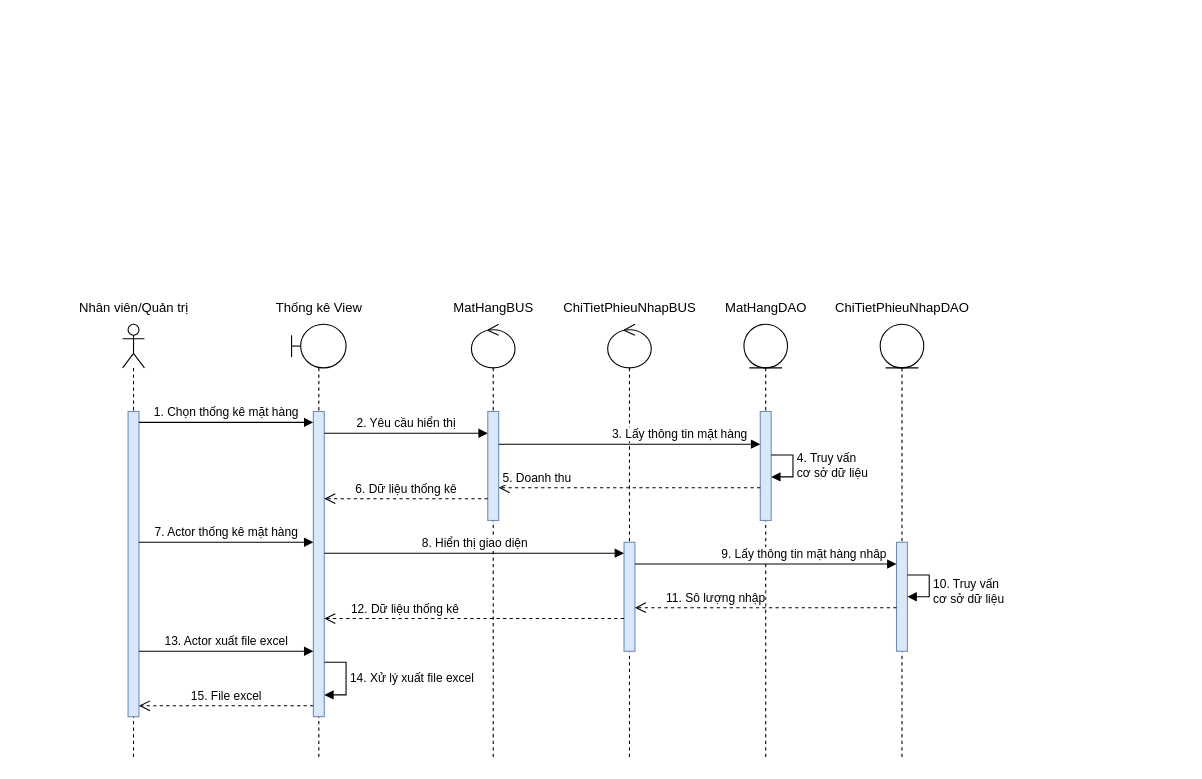
The draw.io diagram Sequence Diagrams/Quang Võ/SD_ThốngKê.drawio in EdgarIgnite16/OOAD-Project, before the edit. Source tidied: cells renumbered, new cells numbered last; positions are measured from the earlier drawing's top-left corner, leaving out a move shared by most shapes. Both pictures are drawn from the tidied source at 109%, with x=0, y=0 at pixel (68, 291).
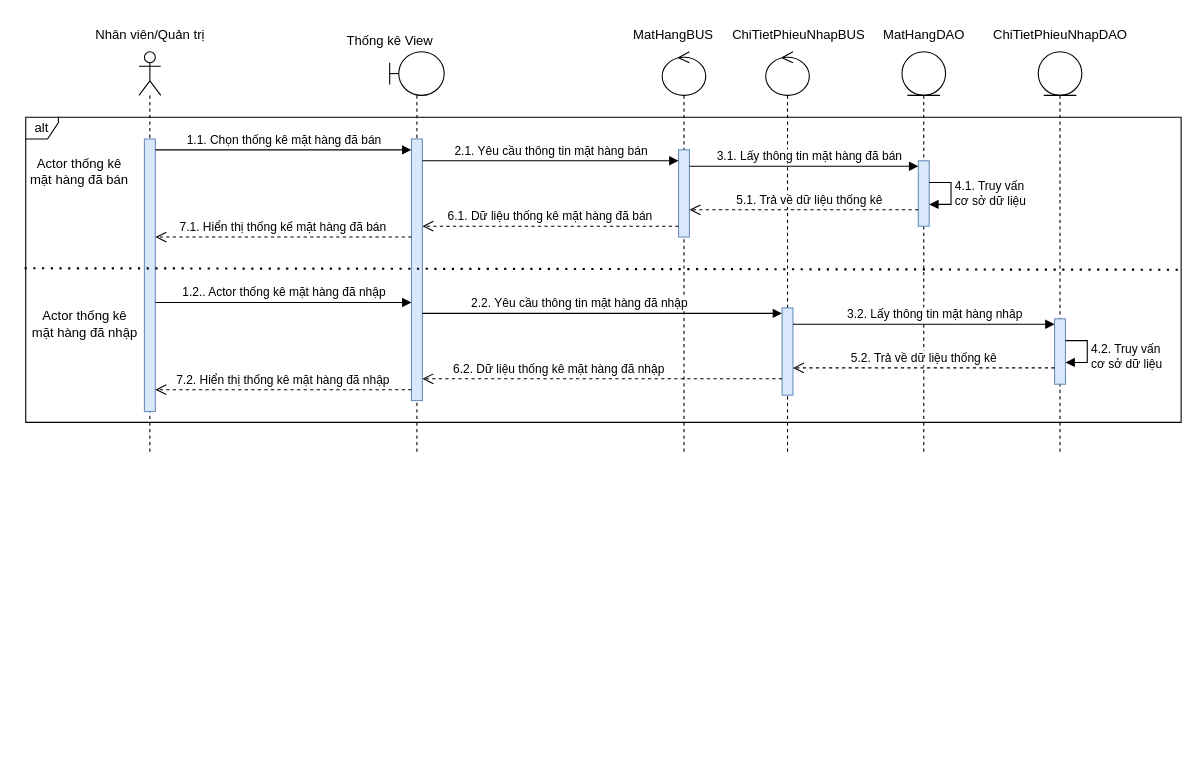
The same diagram, later.

What changed in the source:
```diff
@@
     <mxCell id="2" style="shape=umlLifeline;participant=umlActor;perimeter=lifelinePerimeter;whiteSpace=wrap;html=1;verticalAlign=top;spacingTop=36;" parent="1" vertex="1">
-      <mxGeometry x="50" y="30" width="20" height="400" as="geometry" />
+      <mxGeometry x="65" y="-220" width="20" height="370" as="geometry" />
     </mxCell>
     <mxCell id="3" style="html=1;points=[];perimeter=orthogonalPerimeter;fillColor=#dae8fc;strokeColor=#6c8ebf;" parent="2" vertex="1">
-      <mxGeometry x="5" y="80" width="10" height="280" as="geometry" />
+      <mxGeometry x="5" y="80" width="10" height="250" as="geometry" />
     </mxCell>
     <mxCell id="4" value="Nhân viên/Quản trị" style="text;html=1;align=center;verticalAlign=middle;strokeColor=none;fillColor=none;" parent="1" vertex="1">
-      <mxGeometry y="5" width="120" height="20" as="geometry" />
+      <mxGeometry x="15" y="-245" width="120" height="20" as="geometry" />
     </mxCell>
     <mxCell id="5" style="shape=umlLifeline;participant=umlBoundary;perimeter=lifelinePerimeter;whiteSpace=wrap;html=1;verticalAlign=top;spacingTop=36;" parent="1" vertex="1">
-      <mxGeometry x="205" y="30" width="50" height="400" as="geometry" />
+      <mxGeometry x="295" y="-220" width="50" height="370" as="geometry" />
     </mxCell>
     <mxCell id="6" style="html=1;points=[];perimeter=orthogonalPerimeter;fillColor=#dae8fc;strokeColor=#6c8ebf;" parent="5" vertex="1">
-      <mxGeometry x="20" y="80" width="10" height="280" as="geometry" />
+      <mxGeometry x="20" y="80" width="10" height="240" as="geometry" />
     </mxCell>
-    <mxCell id="7" value="14. Xử lý xuất file excel" style="edgeStyle=orthogonalEdgeStyle;html=1;align=left;spacingLeft=2;endArrow=block;rounded=0;" parent="5" edge="1" source="6" target="6">
-      <mxGeometry relative="1" as="geometry">
-        <Array as="points">
-          <mxPoint x="50" y="310" />
-          <mxPoint x="50" y="340" />
-        </Array>
-      </mxGeometry>
-    </mxCell>
     <mxCell id="8" style="shape=umlLifeline;participant=umlControl;perimeter=lifelinePerimeter;whiteSpace=wrap;html=1;verticalAlign=top;spacingTop=36;" parent="1" vertex="1">
-      <mxGeometry x="370" y="30" width="40" height="400" as="geometry" />
+      <mxGeometry x="545" y="-220" width="40" height="370" as="geometry" />
     </mxCell>
     <mxCell id="9" style="html=1;points=[];perimeter=orthogonalPerimeter;fillColor=#dae8fc;strokeColor=#6c8ebf;" parent="8" vertex="1">
-      <mxGeometry x="15" y="80" width="10" height="100" as="geometry" />
+      <mxGeometry x="15" y="90" width="10" height="80" as="geometry" />
     </mxCell>
     <mxCell id="10" value="Thống kê View" style="text;html=1;align=center;verticalAlign=middle;strokeColor=none;fillColor=none;" parent="1" vertex="1">
-      <mxGeometry x="180" width="100" height="30" as="geometry" />
+      <mxGeometry x="245" y="-245" width="100" height="30" as="geometry" />
     </mxCell>
     <mxCell id="11" value="ChiTietPhieuNhapBUS" style="text;html=1;align=center;verticalAlign=middle;strokeColor=none;fillColor=none;" parent="1" vertex="1">
-      <mxGeometry x="440" width="150" height="30" as="geometry" />
+      <mxGeometry x="595" y="-250" width="150" height="30" as="geometry" />
     </mxCell>
     <mxCell id="12" style="shape=umlLifeline;participant=umlEntity;perimeter=lifelinePerimeter;whiteSpace=wrap;html=1;verticalAlign=top;spacingTop=36;" parent="1" vertex="1">
-      <mxGeometry x="620" y="30" width="40" height="400" as="geometry" />
+      <mxGeometry x="765" y="-220" width="40" height="370" as="geometry" />
     </mxCell>
     <mxCell id="13" style="html=1;points=[];perimeter=orthogonalPerimeter;fillColor=#dae8fc;strokeColor=#6c8ebf;" parent="12" vertex="1">
-      <mxGeometry x="15" y="80" width="10" height="100" as="geometry" />
+      <mxGeometry x="15" y="100" width="10" height="60" as="geometry" />
     </mxCell>
-    <mxCell id="14" value="4. Truy vấn&lt;br&gt;cơ sở dữ liệu" style="edgeStyle=orthogonalEdgeStyle;html=1;align=left;spacingLeft=2;endArrow=block;rounded=0;" parent="12" edge="1" source="13" target="13">
+    <mxCell id="14" value="4.1. Truy vấn&lt;br&gt;cơ sở dữ liệu" style="edgeStyle=orthogonalEdgeStyle;html=1;align=left;spacingLeft=2;endArrow=block;rounded=0;" parent="12" edge="1" source="13" target="13">
       <mxGeometry relative="1" as="geometry">
         <Array as="points">
           <mxPoint x="45" y="120" />
           <mxPoint x="45" y="140" />
         </Array>
       </mxGeometry>
     </mxCell>
     <mxCell id="15" value="ChiTietPhieuNhapDAO" style="text;html=1;align=center;verticalAlign=middle;strokeColor=none;fillColor=none;" parent="1" vertex="1">
-      <mxGeometry x="690" width="150" height="30" as="geometry" />
+      <mxGeometry x="835" y="-250" width="150" height="30" as="geometry" />
     </mxCell>
-    <mxCell id="16" value="15. File excel" style="html=1;verticalAlign=bottom;endArrow=open;dashed=1;endSize=8;rounded=0;" parent="1" edge="1" source="6" target="3">
-      <mxGeometry relative="1" as="geometry">
-        <Array as="points">
-          <mxPoint x="220" y="380" />
-        </Array>
-      </mxGeometry>
-    </mxCell>
-    <mxCell id="17" value="13. Actor xuất file excel" style="html=1;verticalAlign=bottom;endArrow=block;rounded=0;" parent="1" edge="1" source="3" target="6">
-      <mxGeometry relative="1" as="geometry">
-        <Array as="points">
-          <mxPoint x="200" y="330" />
-        </Array>
-      </mxGeometry>
-    </mxCell>
-    <mxCell id="18" value="1. Chọn thống kê mặt hàng" style="html=1;verticalAlign=bottom;endArrow=block;rounded=0;" parent="1" edge="1" source="3" target="6">
+    <mxCell id="18" value="1.1. Chọn thống kê mặt hàng đã bán" style="html=1;verticalAlign=bottom;endArrow=block;rounded=0;" parent="1" edge="1" source="3" target="6">
       <mxGeometry relative="1" as="geometry">
         <Array as="points">
-          <mxPoint x="190" y="120" />
+          <mxPoint x="225" y="-130" />
         </Array>
       </mxGeometry>
     </mxCell>
-    <mxCell id="19" value="2. Yêu cầu hiển thị" style="html=1;verticalAlign=bottom;endArrow=block;rounded=0;" parent="1" edge="1" source="6" target="9">
+    <mxCell id="19" value="2.1. Yêu cầu thông tin mặt hàng bán" style="html=1;verticalAlign=bottom;endArrow=block;rounded=0;" parent="1" edge="1" source="6" target="9">
       <mxGeometry relative="1" as="geometry">
         <Array as="points">
-          <mxPoint x="355" y="130" />
+          <mxPoint x="390" y="-120" />
         </Array>
       </mxGeometry>
     </mxCell>
     <mxCell id="20" style="shape=umlLifeline;participant=umlEntity;perimeter=lifelinePerimeter;whiteSpace=wrap;html=1;verticalAlign=top;spacingTop=36;" parent="1" vertex="1">
-      <mxGeometry x="745" y="30" width="40" height="400" as="geometry" />
+      <mxGeometry x="890" y="-220" width="40" height="370" as="geometry" />
     </mxCell>
     <mxCell id="21" style="html=1;points=[];perimeter=orthogonalPerimeter;fillColor=#dae8fc;strokeColor=#6c8ebf;" parent="20" vertex="1">
-      <mxGeometry x="15" y="200" width="10" height="100" as="geometry" />
+      <mxGeometry x="15" y="245" width="10" height="60" as="geometry" />
     </mxCell>
-    <mxCell id="22" value="10. Truy vấn&lt;br&gt;cơ sở dữ liệu" style="edgeStyle=orthogonalEdgeStyle;html=1;align=left;spacingLeft=2;endArrow=block;rounded=0;" parent="20" edge="1" source="21" target="21">
+    <mxCell id="22" value="4.2. Truy vấn&lt;br&gt;cơ sở dữ liệu" style="edgeStyle=orthogonalEdgeStyle;html=1;align=left;spacingLeft=2;endArrow=block;rounded=0;" parent="20" edge="1" source="21" target="21">
       <mxGeometry x="0.15" relative="1" as="geometry">
         <Array as="points">
-          <mxPoint x="45" y="230" />
-          <mxPoint x="45" y="250" />
+          <mxPoint x="45" y="265" />
+          <mxPoint x="45" y="285" />
         </Array>
       </mxGeometry>
     </mxCell>
     <mxCell id="23" value="MatHangDAO" style="text;html=1;align=center;verticalAlign=middle;strokeColor=none;fillColor=none;" parent="1" vertex="1">
-      <mxGeometry x="590" width="100" height="30" as="geometry" />
+      <mxGeometry x="735" y="-250" width="100" height="30" as="geometry" />
     </mxCell>
     <mxCell id="24" style="shape=umlLifeline;participant=umlControl;perimeter=lifelinePerimeter;whiteSpace=wrap;html=1;verticalAlign=top;spacingTop=36;" parent="1" vertex="1">
-      <mxGeometry x="495" y="30" width="40" height="400" as="geometry" />
+      <mxGeometry x="640" y="-220" width="40" height="370" as="geometry" />
     </mxCell>
     <mxCell id="25" style="html=1;points=[];perimeter=orthogonalPerimeter;fillColor=#dae8fc;strokeColor=#6c8ebf;" parent="24" vertex="1">
-      <mxGeometry x="15" y="200" width="10" height="100" as="geometry" />
+      <mxGeometry x="15" y="235" width="10" height="80" as="geometry" />
     </mxCell>
     <mxCell id="26" value="MatHangBUS" style="text;html=1;align=center;verticalAlign=middle;strokeColor=none;fillColor=none;" parent="1" vertex="1">
-      <mxGeometry x="340" width="100" height="30" as="geometry" />
+      <mxGeometry x="505" y="-250" width="100" height="30" as="geometry" />
     </mxCell>
-    <mxCell id="27" value="3. Lấy thông tin mặt hàng" style="html=1;verticalAlign=bottom;endArrow=block;rounded=0;" parent="1" edge="1" source="9" target="13">
-      <mxGeometry x="0.38" relative="1" as="geometry">
+    <mxCell id="27" value="3.1. Lấy thông tin mặt hàng đã bán" style="html=1;verticalAlign=bottom;endArrow=block;rounded=0;" parent="1" edge="1" source="9" target="13">
+      <mxGeometry x="0.05" relative="1" as="geometry">
         <Array as="points">
-          <mxPoint x="580" y="140" />
+          <mxPoint x="725" y="-115" />
         </Array>
       </mxGeometry>
     </mxCell>
-    <mxCell id="28" value="5. Doanh thu" style="html=1;verticalAlign=bottom;endArrow=open;dashed=1;endSize=8;rounded=0;" parent="1" edge="1" source="13" target="9">
-      <mxGeometry x="0.71" relative="1" as="geometry">
+    <mxCell id="28" value="5.1. Trả về dữ liệu thống kê" style="html=1;verticalAlign=bottom;endArrow=open;dashed=1;endSize=8;rounded=0;" parent="1" edge="1" source="13" target="9">
+      <mxGeometry x="-0.05" relative="1" as="geometry">
         <Array as="points">
-          <mxPoint x="590" y="180" />
+          <mxPoint x="735" y="-75" />
         </Array>
       </mxGeometry>
     </mxCell>
-    <mxCell id="29" value="6. Dữ liệu thống kê" style="html=1;verticalAlign=bottom;endArrow=open;dashed=1;endSize=8;rounded=0;" parent="1" edge="1" source="9" target="6">
+    <mxCell id="29" value="6.1. Dữ liệu thống kê mặt hàng đã bán" style="html=1;verticalAlign=bottom;endArrow=open;dashed=1;endSize=8;rounded=0;" parent="1" edge="1" source="9" target="6">
       <mxGeometry relative="1" as="geometry">
         <Array as="points">
-          <mxPoint x="345" y="190" />
+          <mxPoint x="380" y="-60" />
         </Array>
       </mxGeometry>
     </mxCell>
-    <mxCell id="30" value="8. Hiển thị giao diện" style="html=1;verticalAlign=bottom;endArrow=block;rounded=0;" parent="1" edge="1" source="6" target="25">
-      <mxGeometry relative="1" as="geometry">
+    <mxCell id="30" value="2.2. Yêu cầu thông tin mặt hàng đã nhập" style="html=1;verticalAlign=bottom;endArrow=block;rounded=0;" parent="1" edge="1" target="25">
+      <mxGeometry x="-0.13" relative="1" as="geometry">
+        <mxPoint x="325" y="20" as="sourcePoint" />
         <Array as="points">
-          <mxPoint x="400" y="240" />
+          <mxPoint x="435" y="20" />
         </Array>
       </mxGeometry>
     </mxCell>
-    <mxCell id="31" value="9. Lấy thông tin mặt hàng nhâp" style="html=1;verticalAlign=bottom;endArrow=block;rounded=0;" parent="1" edge="1" source="25" target="21">
-      <mxGeometry x="0.29" relative="1" as="geometry">
+    <mxCell id="31" value="3.2. Lấy thông tin mặt hàng nhâp" style="html=1;verticalAlign=bottom;endArrow=block;rounded=0;" parent="1" edge="1" source="25" target="21">
+      <mxGeometry x="0.08" relative="1" as="geometry">
         <Array as="points">
-          <mxPoint x="550" y="250" />
+          <mxPoint x="705" y="30" />
+          <mxPoint x="825" y="30" />
         </Array>
       </mxGeometry>
     </mxCell>
-    <mxCell id="32" value="11. Sô lượng nhập" style="html=1;verticalAlign=bottom;endArrow=open;dashed=1;endSize=8;rounded=0;" parent="1" edge="1" source="21" target="25">
-      <mxGeometry x="0.38" relative="1" as="geometry">
+    <mxCell id="32" value="5.2. Trả về dữ liệu thống kê" style="html=1;verticalAlign=bottom;endArrow=open;dashed=1;endSize=8;rounded=0;" parent="1" edge="1" source="21" target="25">
+      <mxGeometry relative="1" as="geometry">
         <Array as="points">
-          <mxPoint x="560" y="290" />
+          <mxPoint x="805" y="70" />
+          <mxPoint x="715" y="70" />
         </Array>
       </mxGeometry>
     </mxCell>
-    <mxCell id="33" value="12. Dữ liệu thống kê" style="html=1;verticalAlign=bottom;endArrow=open;dashed=1;endSize=8;rounded=0;" parent="1" edge="1" source="25" target="6">
-      <mxGeometry x="0.46" relative="1" as="geometry">
+    <mxCell id="33" value="6.2. Dữ liệu thống kê mặt hàng đã nhập" style="html=1;verticalAlign=bottom;endArrow=open;dashed=1;endSize=8;rounded=0;" parent="1" edge="1" source="25">
+      <mxGeometry x="0.24" relative="1" as="geometry">
+        <mxPoint x="325" y="80" as="targetPoint" />
         <Array as="points">
-          <mxPoint x="390" y="300" />
+          <mxPoint x="425" y="80" />
+          <mxPoint x="365" y="80" />
         </Array>
       </mxGeometry>
     </mxCell>
-    <mxCell id="34" value="7. Actor thống kê mặt hàng" style="html=1;verticalAlign=bottom;endArrow=block;rounded=0;" parent="1" edge="1" source="3" target="6">
+    <mxCell id="34" value="1.2.. Actor thống kê mặt hàng đã nhập" style="html=1;verticalAlign=bottom;endArrow=block;rounded=0;" parent="1" edge="1">
       <mxGeometry relative="1" as="geometry">
+        <mxPoint x="80" y="10" as="sourcePoint" />
+        <mxPoint x="315" y="10" as="targetPoint" />
         <Array as="points">
-          <mxPoint x="200" y="230" />
+          <mxPoint x="235" y="10" />
         </Array>
       </mxGeometry>
     </mxCell>
+    <mxCell id="35" value="alt" style="shape=umlFrame;whiteSpace=wrap;html=1;width=30;height=20;" parent="1" vertex="1">
+      <mxGeometry x="-38.9" y="-160" width="1060" height="280" as="geometry" />
+    </mxCell>
+    <mxCell id="36" style="endArrow=none;dashed=1;html=1;dashPattern=1 3;strokeWidth=2;rounded=0;exitX=-0.001;exitY=0.495;exitDx=0;exitDy=0;exitPerimeter=0;entryX=1;entryY=0.5;entryDx=0;entryDy=0;entryPerimeter=0;" parent="1" edge="1" source="35" target="35">
+      <mxGeometry relative="1" as="geometry" />
+    </mxCell>
+    <mxCell id="16" value="7.1. Hiển thị thống kế mặt hàng đã bán" style="html=1;verticalAlign=bottom;endArrow=open;dashed=1;endSize=8;rounded=0;" parent="1" edge="1" source="6" target="3">
+      <mxGeometry relative="1" as="geometry">
+        <Array as="points">
+          <mxPoint x="205" y="-50" />
+        </Array>
+      </mxGeometry>
+    </mxCell>
+    <mxCell id="37" value="7.2. Hiển thị thống kê mặt hàng đã nhập" style="html=1;verticalAlign=bottom;endArrow=open;dashed=1;endSize=8;rounded=0;" parent="1" edge="1">
+      <mxGeometry relative="1" as="geometry">
+        <mxPoint x="315" y="90" as="sourcePoint" />
+        <mxPoint x="80" y="90" as="targetPoint" />
+        <Array as="points">
+          <mxPoint x="195" y="90" />
+        </Array>
+      </mxGeometry>
+    </mxCell>
+    <mxCell id="38" value="Actor thống kê&lt;br&gt;mặt hàng đã nhập" style="text;html=1;align=center;verticalAlign=middle;strokeColor=none;fillColor=none;" parent="1" vertex="1">
+      <mxGeometry x="-45" y="10" width="120" height="40" as="geometry" />
+    </mxCell>
+    <mxCell id="39" value="Actor thống kê&lt;br&gt;mặt hàng đã bán" style="text;html=1;align=center;verticalAlign=middle;strokeColor=none;fillColor=none;" parent="1" vertex="1">
+      <mxGeometry x="-45" y="-130" width="110" height="40" as="geometry" />
+    </mxCell>
```
